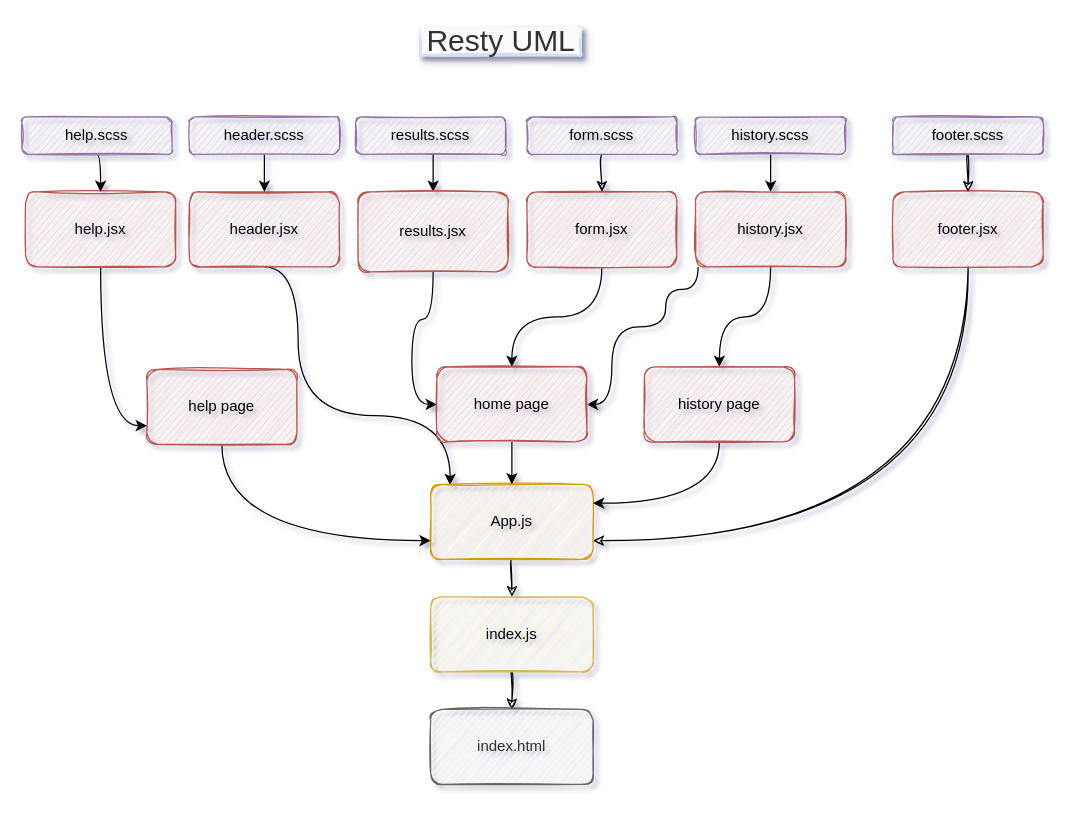
Earlier version of the draw.io diagram Untitled Diagram.drawio (asharabuhelweh/notes). Source tidied: cells renumbered, new cells numbered last; positions are measured from the earlier drawing's top-left corner, leaving out a move shared by most shapes. Both pictures are drawn from the tidied source at 125%, with x=0, y=0 at pixel (21, 28).
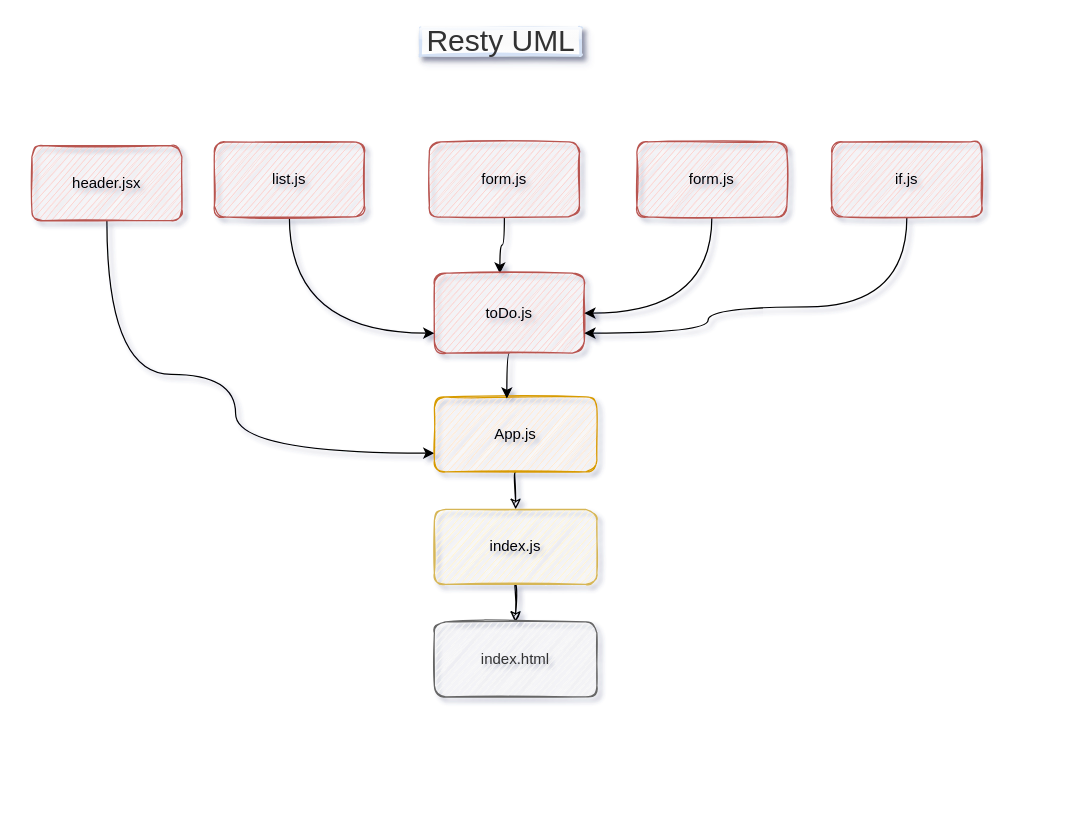
The same diagram, later.

Change to the diagram source:
```diff
@@
-    <mxCell id="2" style="edgeStyle=orthogonalEdgeStyle;curved=1;rounded=0;jettySize=auto;html=1;exitX=0.5;exitY=1;exitDx=0;exitDy=0;entryX=0.12;entryY=0.01;entryDx=0;entryDy=0;entryPerimeter=0;" parent="1" edge="1" source="3" target="15">
+    <mxCell id="2" style="edgeStyle=orthogonalEdgeStyle;curved=1;rounded=0;jettySize=auto;html=1;entryX=0;entryY=0.75;entryDx=0;entryDy=0;" parent="1" edge="1" source="3" target="15">
       <mxGeometry relative="1" as="geometry">
         <Array as="points">
-          <mxPoint x="221" y="191" />
-          <mxPoint x="221" y="310" />
-          <mxPoint x="343" y="310" />
+          <mxPoint x="68" y="277" />
+          <mxPoint x="171" y="277" />
+          <mxPoint x="171" y="340" />
         </Array>
       </mxGeometry>
     </mxCell>
     <mxCell id="3" value="header.jsx" style="whiteSpace=wrap;html=1;fillColor=#f8cecc;strokeColor=#b85450;sketch=1;rounded=1;" parent="1" vertex="1">
-      <mxGeometry x="134" y="131" width="120" height="60" as="geometry" />
+      <mxGeometry x="8" y="94" width="120" height="60" as="geometry" />
     </mxCell>
-    <mxCell id="4" style="edgeStyle=orthogonalEdgeStyle;curved=1;rounded=0;jettySize=auto;html=1;entryX=0.5;entryY=0;entryDx=0;entryDy=0;" parent="1" edge="1" source="5" target="30">
-      <mxGeometry relative="1" as="geometry" />
-    </mxCell>
-    <mxCell id="5" value="form.jsx" style="whiteSpace=wrap;html=1;fillColor=#f8cecc;strokeColor=#b85450;sketch=1;rounded=1;" parent="1" vertex="1">
-      <mxGeometry x="404" y="131" width="120" height="60" as="geometry" />
-    </mxCell>
-    <mxCell id="6" style="edgeStyle=orthogonalEdgeStyle;jettySize=auto;html=1;exitX=0.5;exitY=1;exitDx=0;exitDy=0;entryX=1;entryY=0.75;entryDx=0;entryDy=0;curved=1;sketch=1;" parent="1" edge="1" source="7" target="15">
-      <mxGeometry relative="1" as="geometry" />
-    </mxCell>
+    <mxCell id="39" style="edgeStyle=orthogonalEdgeStyle;curved=1;rounded=0;jettySize=auto;html=1;exitX=0.5;exitY=1;exitDx=0;exitDy=0;entryX=0.437;entryY=0.006;entryDx=0;entryDy=0;entryPerimeter=0;" parent="1" edge="1" source="7" target="23">
+      <mxGeometry relative="1" as="geometry" />
+    </mxCell>
-    <mxCell id="7" value="footer.jsx" style="whiteSpace=wrap;html=1;fillColor=#f8cecc;strokeColor=#b85450;sketch=1;rounded=1;" parent="1" vertex="1">
-      <mxGeometry x="697" y="131" width="120" height="60" as="geometry" />
+    <mxCell id="7" value="form.js" style="whiteSpace=wrap;html=1;fillColor=#f8cecc;strokeColor=#b85450;sketch=1;rounded=1;" parent="1" vertex="1">
+      <mxGeometry x="326" y="91" width="120" height="60" as="geometry" />
     </mxCell>
-    <mxCell id="8" style="edgeStyle=orthogonalEdgeStyle;jettySize=auto;html=1;exitX=0.5;exitY=1;exitDx=0;exitDy=0;entryX=0.5;entryY=0;entryDx=0;entryDy=0;curved=1;sketch=1;" parent="1" edge="1" source="9" target="7">
-      <mxGeometry relative="1" as="geometry" />
-    </mxCell>
-    <mxCell id="9" value="footer.scss" style="whiteSpace=wrap;html=1;fillColor=#e1d5e7;strokeColor=#9673a6;sketch=1;rounded=1;" parent="1" vertex="1">
-      <mxGeometry x="697" y="71" width="120" height="30" as="geometry" />
-    </mxCell>
-    <mxCell id="10" style="edgeStyle=orthogonalEdgeStyle;jettySize=auto;html=1;exitX=0.5;exitY=1;exitDx=0;exitDy=0;entryX=0.5;entryY=0;entryDx=0;entryDy=0;entryPerimeter=0;curved=1;sketch=1;" parent="1" edge="1" source="11" target="5">
-      <mxGeometry relative="1" as="geometry" />
-    </mxCell>
-    <mxCell id="11" value="form.scss" style="whiteSpace=wrap;html=1;fillColor=#e1d5e7;strokeColor=#9673a6;sketch=1;rounded=1;" parent="1" vertex="1">
-      <mxGeometry x="404" y="71" width="120" height="30" as="geometry" />
-    </mxCell>
-    <mxCell id="12" style="edgeStyle=orthogonalEdgeStyle;curved=1;rounded=0;jettySize=auto;html=1;exitX=0.5;exitY=1;exitDx=0;exitDy=0;entryX=0.5;entryY=0;entryDx=0;entryDy=0;" parent="1" edge="1" source="13" target="3">
-      <mxGeometry relative="1" as="geometry" />
-    </mxCell>
-    <mxCell id="13" value="header.scss" style="whiteSpace=wrap;html=1;fillColor=#e1d5e7;strokeColor=#9673a6;sketch=1;rounded=1;" parent="1" vertex="1">
-      <mxGeometry x="134" y="71" width="120" height="30" as="geometry" />
-    </mxCell>
@@
     <mxCell id="15" value="App.js" style="whiteSpace=wrap;html=1;fillColor=#ffe6cc;strokeColor=#d79b00;sketch=1;rounded=1;" parent="1" vertex="1">
-      <mxGeometry x="327" y="365" width="130" height="60" as="geometry" />
+      <mxGeometry x="330" y="295" width="130" height="60" as="geometry" />
     </mxCell>
@@
     <mxCell id="17" value="index.js" style="whiteSpace=wrap;html=1;fillColor=#fff2cc;strokeColor=#d6b656;sketch=1;rounded=1;" parent="1" vertex="1">
-      <mxGeometry x="327" y="455" width="130" height="60" as="geometry" />
+      <mxGeometry x="330" y="385" width="130" height="60" as="geometry" />
     </mxCell>
     <mxCell id="18" value="index.html" style="whiteSpace=wrap;html=1;fillColor=#f5f5f5;strokeColor=#666666;fontColor=#333333;sketch=1;rounded=1;" parent="1" vertex="1">
-      <mxGeometry x="327" y="545" width="130" height="60" as="geometry" />
+      <mxGeometry x="330" y="475" width="130" height="60" as="geometry" />
     </mxCell>
@@
-    <mxCell id="20" style="edgeStyle=orthogonalEdgeStyle;rounded=0;jettySize=auto;html=1;exitX=0.5;exitY=1;exitDx=0;exitDy=0;entryX=0.5;entryY=0;entryDx=0;entryDy=0;" parent="1" edge="1" source="21" target="23">
-      <mxGeometry relative="1" as="geometry" />
-    </mxCell>
-    <mxCell id="21" value="results.scss" style="whiteSpace=wrap;html=1;fillColor=#e1d5e7;strokeColor=#9673a6;sketch=1;rounded=1;" parent="1" vertex="1">
-      <mxGeometry x="267" y="71" width="120" height="30" as="geometry" />
-    </mxCell>
-    <mxCell id="22" style="edgeStyle=orthogonalEdgeStyle;curved=1;rounded=0;jettySize=auto;html=1;entryX=0;entryY=0.5;entryDx=0;entryDy=0;" parent="1" edge="1" source="23" target="30">
-      <mxGeometry relative="1" as="geometry" />
-    </mxCell>
+    <mxCell id="40" style="edgeStyle=orthogonalEdgeStyle;curved=1;rounded=0;jettySize=auto;html=1;exitX=0.5;exitY=1;exitDx=0;exitDy=0;entryX=0.446;entryY=0.023;entryDx=0;entryDy=0;entryPerimeter=0;" parent="1" edge="1" source="23" target="15">
+      <mxGeometry relative="1" as="geometry" />
+    </mxCell>
-    <mxCell id="23" value="results.jsx" style="whiteSpace=wrap;html=1;fillColor=#f8cecc;strokeColor=#b85450;sketch=1;rounded=1;" parent="1" vertex="1">
-      <mxGeometry x="269" y="131" width="120" height="64" as="geometry" />
+    <mxCell id="23" value="toDo.js" style="whiteSpace=wrap;html=1;fillColor=#f8cecc;strokeColor=#b85450;sketch=1;rounded=1;" parent="1" vertex="1">
+      <mxGeometry x="330" y="196" width="120" height="64" as="geometry" />
     </mxCell>
-    <mxCell id="24" style="edgeStyle=orthogonalEdgeStyle;curved=1;rounded=0;jettySize=auto;html=1;exitX=0.5;exitY=1;exitDx=0;exitDy=0;entryX=0.5;entryY=0;entryDx=0;entryDy=0;" parent="1" edge="1" source="25" target="28">
-      <mxGeometry relative="1" as="geometry" />
-    </mxCell>
-    <mxCell id="25" value="history.scss" style="whiteSpace=wrap;html=1;fillColor=#e1d5e7;strokeColor=#9673a6;sketch=1;rounded=1;" parent="1" vertex="1">
-      <mxGeometry x="539" y="71" width="120" height="30" as="geometry" />
-    </mxCell>
-    <mxCell id="26" style="edgeStyle=orthogonalEdgeStyle;curved=1;rounded=0;jettySize=auto;html=1;exitX=0.5;exitY=1;exitDx=0;exitDy=0;entryX=0.5;entryY=0;entryDx=0;entryDy=0;" parent="1" edge="1" source="28" target="32">
-      <mxGeometry relative="1" as="geometry" />
-    </mxCell>
-    <mxCell id="27" style="edgeStyle=orthogonalEdgeStyle;curved=1;rounded=0;jettySize=auto;html=1;entryX=1;entryY=0.5;entryDx=0;entryDy=0;" parent="1" edge="1" source="28" target="30">
-      <mxGeometry relative="1" as="geometry">
-        <Array as="points">
-          <mxPoint x="541" y="209" />
-          <mxPoint x="515" y="209" />
-          <mxPoint x="515" y="239" />
-          <mxPoint x="472" y="239" />
-          <mxPoint x="472" y="301" />
-        </Array>
-      </mxGeometry>
-    </mxCell>
-    <mxCell id="28" value="history.jsx" style="whiteSpace=wrap;html=1;fillColor=#f8cecc;strokeColor=#b85450;sketch=1;rounded=1;" parent="1" vertex="1">
-      <mxGeometry x="539" y="131" width="120" height="60" as="geometry" />
-    </mxCell>
-    <mxCell id="29" style="edgeStyle=orthogonalEdgeStyle;curved=1;rounded=0;jettySize=auto;html=1;exitX=0.5;exitY=1;exitDx=0;exitDy=0;entryX=0.5;entryY=0;entryDx=0;entryDy=0;" parent="1" edge="1" source="30" target="15">
-      <mxGeometry relative="1" as="geometry" />
-    </mxCell>
-    <mxCell id="30" value="home page" style="whiteSpace=wrap;html=1;fillColor=#f8cecc;strokeColor=#b85450;sketch=1;rounded=1;" parent="1" vertex="1">
-      <mxGeometry x="332" y="271" width="120" height="60" as="geometry" />
-    </mxCell>
-    <mxCell id="31" style="edgeStyle=orthogonalEdgeStyle;curved=1;rounded=0;jettySize=auto;html=1;exitX=0.5;exitY=1;exitDx=0;exitDy=0;entryX=1;entryY=0.25;entryDx=0;entryDy=0;" parent="1" edge="1" source="32" target="15">
-      <mxGeometry relative="1" as="geometry" />
-    </mxCell>
-    <mxCell id="32" value="history page" style="whiteSpace=wrap;html=1;fillColor=#f8cecc;strokeColor=#b85450;sketch=1;rounded=1;" parent="1" vertex="1">
-      <mxGeometry x="498" y="271" width="120" height="60" as="geometry" />
-    </mxCell>
-    <mxCell id="33" style="edgeStyle=orthogonalEdgeStyle;curved=1;rounded=0;jettySize=auto;html=1;exitX=0.5;exitY=1;exitDx=0;exitDy=0;entryX=0;entryY=0.75;entryDx=0;entryDy=0;" parent="1" edge="1" source="34" target="15">
-      <mxGeometry relative="1" as="geometry" />
-    </mxCell>
-    <mxCell id="34" value="help page" style="whiteSpace=wrap;html=1;fillColor=#f8cecc;strokeColor=#b85450;sketch=1;rounded=1;" parent="1" vertex="1">
-      <mxGeometry x="100" y="273" width="120" height="60" as="geometry" />
-    </mxCell>
-    <mxCell id="35" style="edgeStyle=orthogonalEdgeStyle;curved=1;rounded=0;jettySize=auto;html=1;exitX=0.5;exitY=1;exitDx=0;exitDy=0;entryX=0;entryY=0.75;entryDx=0;entryDy=0;" parent="1" edge="1" source="36" target="34">
-      <mxGeometry relative="1" as="geometry" />
-    </mxCell>
-    <mxCell id="36" value="help.jsx" style="whiteSpace=wrap;html=1;fillColor=#f8cecc;strokeColor=#b85450;sketch=1;rounded=1;" parent="1" vertex="1">
-      <mxGeometry x="3" y="131" width="120" height="60" as="geometry" />
-    </mxCell>
-    <mxCell id="37" style="edgeStyle=orthogonalEdgeStyle;curved=1;rounded=0;jettySize=auto;html=1;exitX=0.5;exitY=1;exitDx=0;exitDy=0;entryX=0.5;entryY=0;entryDx=0;entryDy=0;" parent="1" edge="1" source="38" target="36">
-      <mxGeometry relative="1" as="geometry" />
-    </mxCell>
-    <mxCell id="38" value="help.scss" style="whiteSpace=wrap;html=1;fillColor=#e1d5e7;strokeColor=#9673a6;sketch=1;rounded=1;" parent="1" vertex="1">
-      <mxGeometry y="71" width="120" height="30" as="geometry" />
-    </mxCell>
+    <mxCell id="41" style="edgeStyle=orthogonalEdgeStyle;curved=1;rounded=0;jettySize=auto;html=1;exitX=0.5;exitY=1;exitDx=0;exitDy=0;entryX=0;entryY=0.75;entryDx=0;entryDy=0;" parent="1" edge="1" source="42" target="23">
+      <mxGeometry relative="1" as="geometry" />
+    </mxCell>
+    <mxCell id="42" value="list.js" style="whiteSpace=wrap;html=1;fillColor=#f8cecc;strokeColor=#b85450;sketch=1;rounded=1;" parent="1" vertex="1">
+      <mxGeometry x="154" y="91" width="120" height="60" as="geometry" />
+    </mxCell>
+    <mxCell id="43" style="edgeStyle=orthogonalEdgeStyle;curved=1;rounded=0;jettySize=auto;html=1;exitX=0.5;exitY=1;exitDx=0;exitDy=0;entryX=1;entryY=0.5;entryDx=0;entryDy=0;" parent="1" edge="1" source="44" target="23">
+      <mxGeometry relative="1" as="geometry" />
+    </mxCell>
+    <mxCell id="44" value="form.js" style="whiteSpace=wrap;html=1;fillColor=#f8cecc;strokeColor=#b85450;sketch=1;rounded=1;" parent="1" vertex="1">
+      <mxGeometry x="492" y="91" width="120" height="60" as="geometry" />
+    </mxCell>
+    <mxCell id="45" style="edgeStyle=orthogonalEdgeStyle;curved=1;rounded=0;jettySize=auto;html=1;entryX=1;entryY=0.75;entryDx=0;entryDy=0;" parent="1" edge="1" source="46" target="23">
+      <mxGeometry relative="1" as="geometry">
+        <Array as="points">
+          <mxPoint x="708" y="223" />
+          <mxPoint x="549" y="223" />
+          <mxPoint x="549" y="244" />
+        </Array>
+      </mxGeometry>
+    </mxCell>
+    <mxCell id="46" value="if.js" style="whiteSpace=wrap;html=1;fillColor=#f8cecc;strokeColor=#b85450;sketch=1;rounded=1;" parent="1" vertex="1">
+      <mxGeometry x="648" y="91" width="120" height="60" as="geometry" />
+    </mxCell>
```
